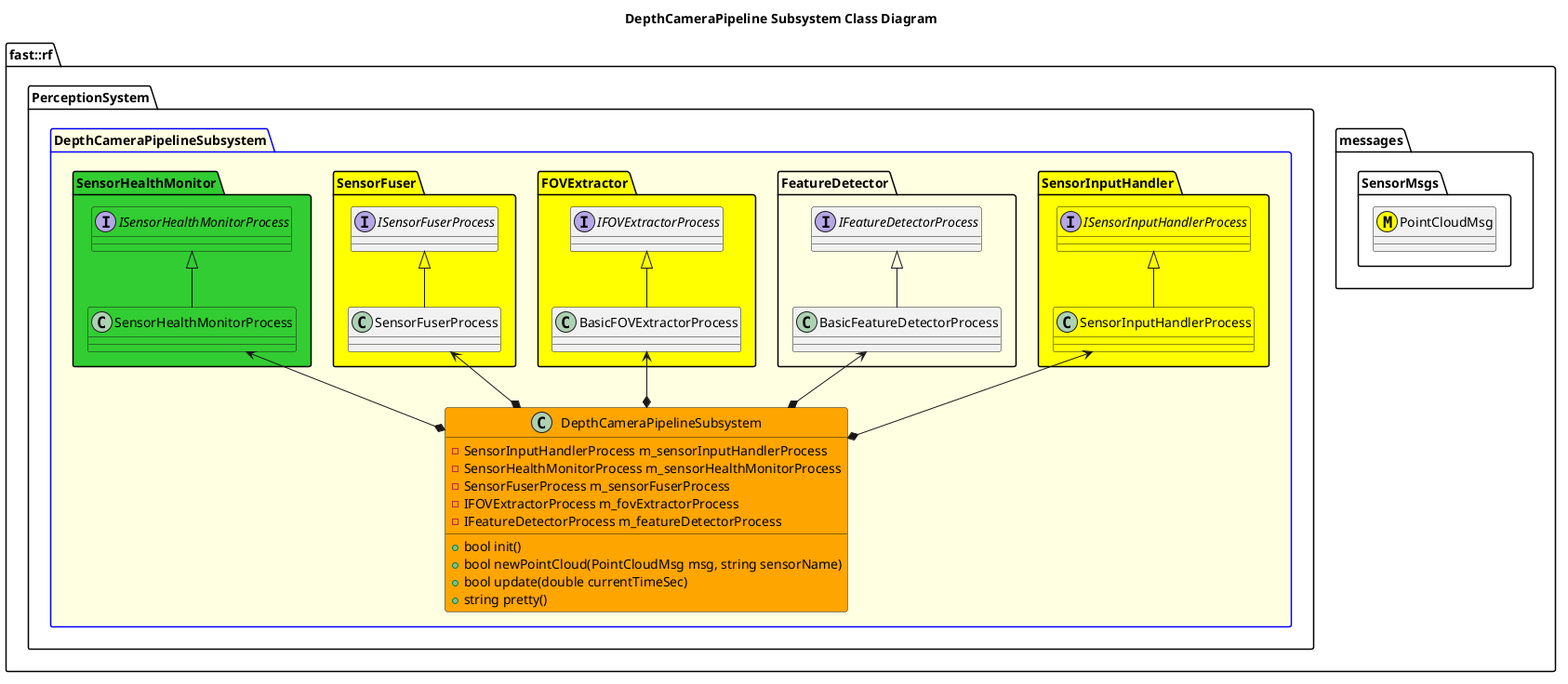
Before: Systems/Perception/Subsystems/DepthCameraPipeline/doc/puml/DepthCameraPipelineSubsystemClassDiagram.png, a diagram exported from PlantUML (fastrobotics/robot_framework). Its diagram source:
```plantuml
@startuml
title DepthCameraPipeline Subsystem Class Diagram
namespace fast::rf {
  namespace messages {
    namespace SensorMsgs {
        class PointCloudMsg <<(M,#FFFF00)>>
    }
  }
  namespace PerceptionSystem {
    package DepthCameraPipelineSubsystem #LightYellow;line:blue {

        namespace SensorInputHandler #Yellow {
            interface ISensorInputHandlerProcess #Yellow
            class SensorInputHandlerProcess #Yellow
            SensorInputHandlerProcess -up-|> ISensorInputHandlerProcess
        }
        namespace FeatureDetector {
            interface IFeatureDetectorProcess
            class BasicFeatureDetectorProcess
            BasicFeatureDetectorProcess -up-|> IFeatureDetectorProcess
        }
        namespace FOVExtractor #Yellow {
            interface IFOVExtractorProcess
            class BasicFOVExtractorProcess
            BasicFOVExtractorProcess -up-|> IFOVExtractorProcess
        }
        namespace SensorFuser #Yellow {
            interface ISensorFuserProcess
            class SensorFuserProcess
            SensorFuserProcess -up-|> ISensorFuserProcess
        }
        namespace SensorHealthMonitor #LimeGreen {
            interface ISensorHealthMonitorProcess #LimeGreen
            class SensorHealthMonitorProcess #LimeGreen
            SensorHealthMonitorProcess -up-|> ISensorHealthMonitorProcess

        }
        class DepthCameraPipelineSubsystem #Orange {
            +bool init()
            +bool newPointCloud(PointCloudMsg msg, string sensorName)
            +bool update(double currentTimeSec)
            +string pretty()
            -SensorInputHandlerProcess m_sensorInputHandlerProcess
            -SensorHealthMonitorProcess m_sensorHealthMonitorProcess
            -SensorFuserProcess m_sensorFuserProcess
            -IFOVExtractorProcess m_fovExtractorProcess
            -IFeatureDetectorProcess m_featureDetectorProcess

        }
        DepthCameraPipelineSubsystem *-up-> SensorInputHandlerProcess
        DepthCameraPipelineSubsystem *-up-> SensorHealthMonitorProcess
        DepthCameraPipelineSubsystem *-up-> SensorFuserProcess
        DepthCameraPipelineSubsystem *-up-> BasicFOVExtractorProcess
        DepthCameraPipelineSubsystem *-up-> BasicFeatureDetectorProcess
    }
  }
}
@enduml
```
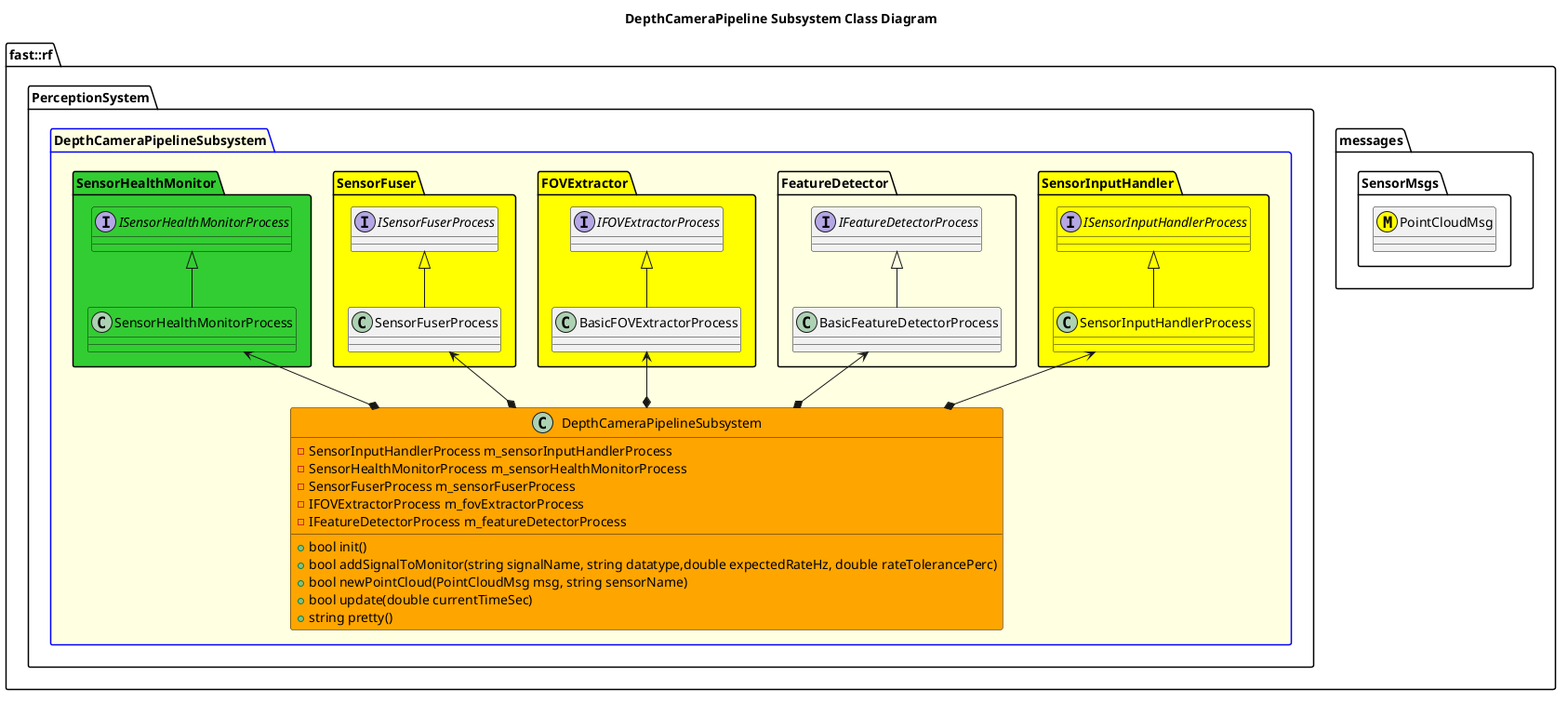
Above is the later version.

The edit, as a diff of the source:
```diff
@@ -37,6 +37,7 @@
         }
         class DepthCameraPipelineSubsystem #Orange {
             +bool init()
+            +bool addSignalToMonitor(string signalName, string datatype,double expectedRateHz, double rateTolerancePerc)
             +bool newPointCloud(PointCloudMsg msg, string sensorName)
             +bool update(double currentTimeSec)
             +string pretty()
```
